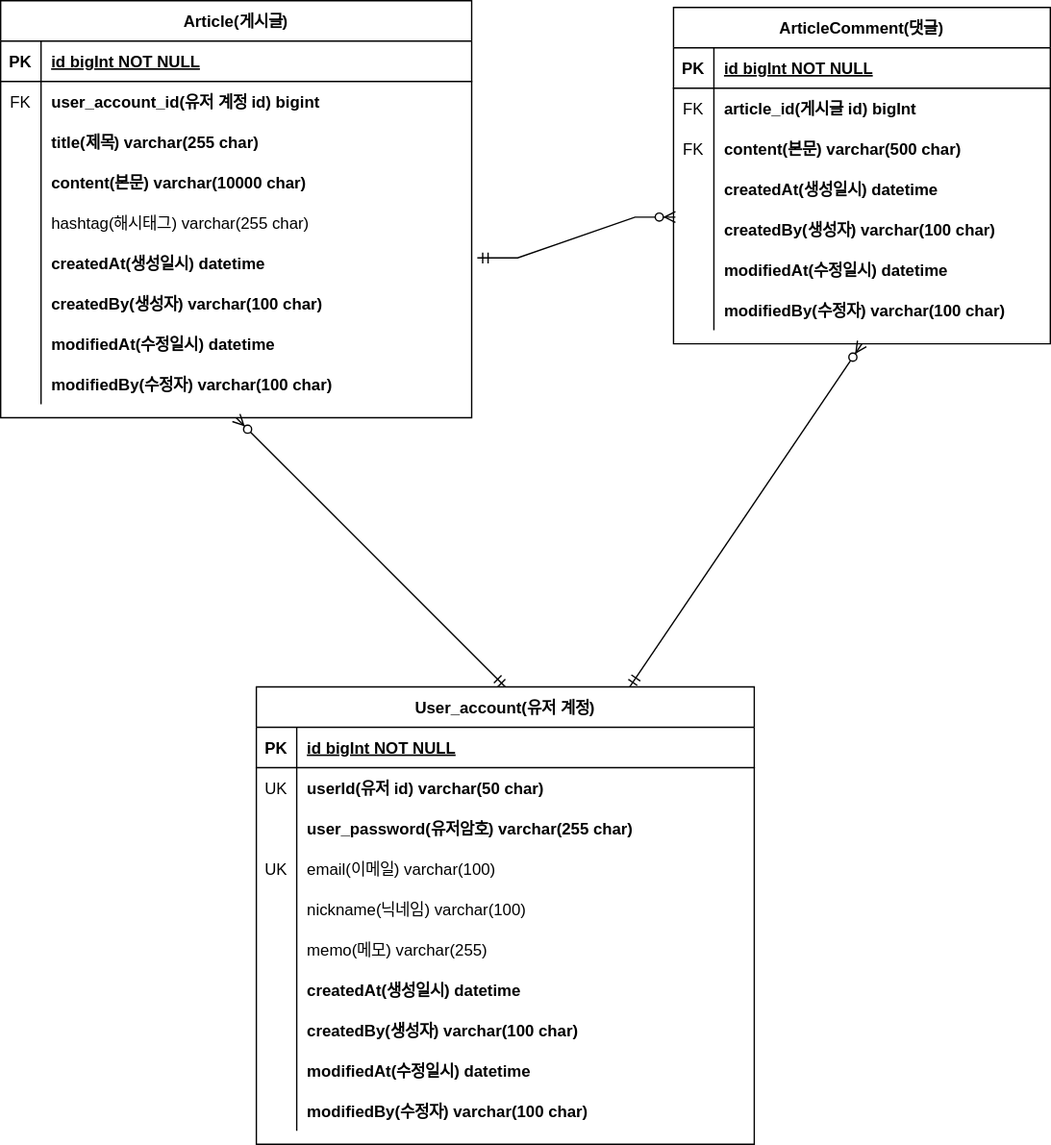
This is document/project-board-erd.svg from SeungHeeNoh/fastcampus-project-board, a draw.io export, as it was before one commit. Source tidied: cells renumbered, new cells last; positions are measured from the earlier drawing's top-left corner, leaving out a move shared by most shapes.
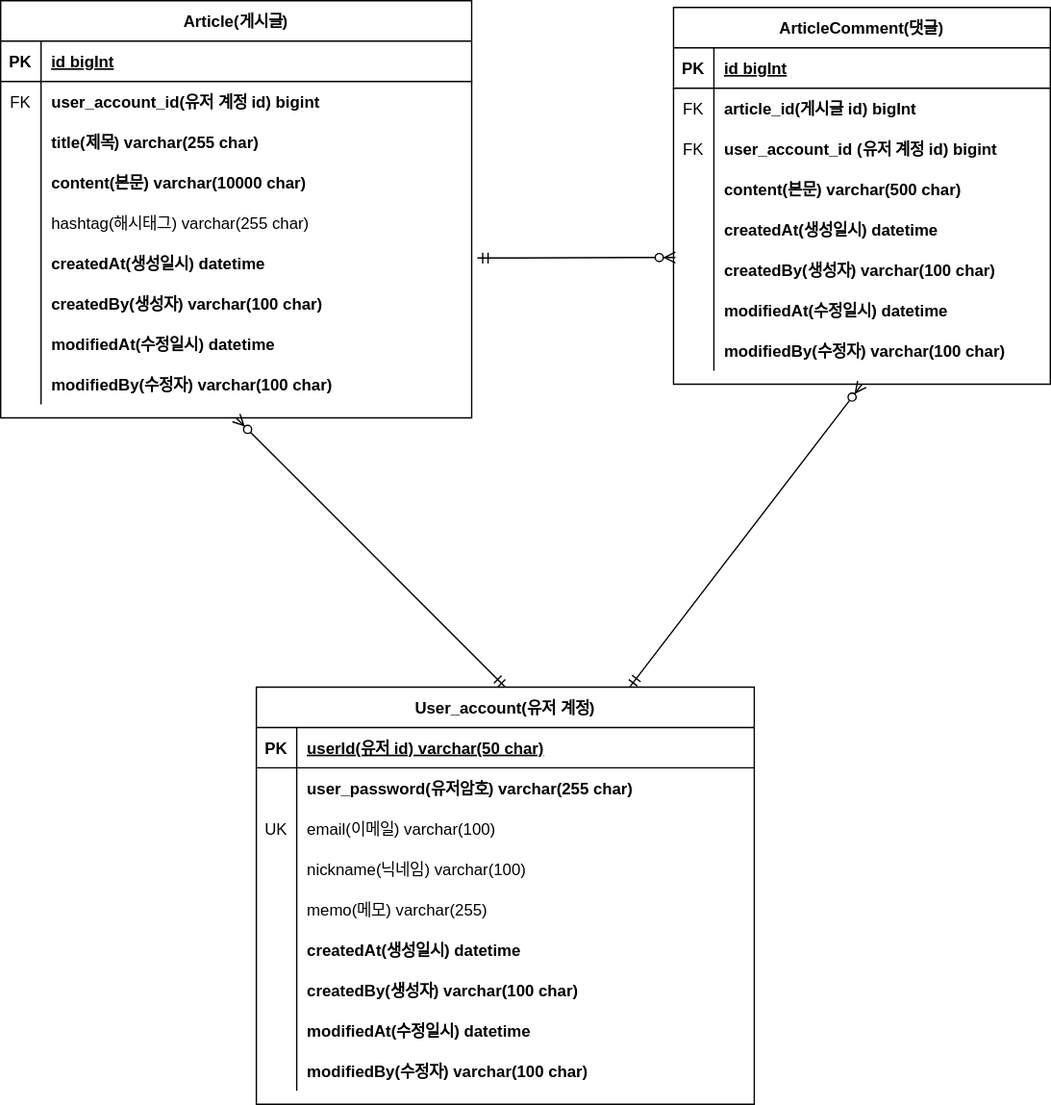
After the change.

Commit message:
#36 - ERD 문서 수정: 회원 계정 user_id 를 PK 로 변경 회원 계정 기존 `id` 를 삭제하고 `user_id`를 pk로 변경하는 그림 적용

The edit, as a diff of the source:
```diff
@@ -3,7 +3,7 @@
     <mxCell id="0" />
     <mxCell id="1" parent="0" />
     <mxCell id="2" value="ArticleComment(댓글)" style="shape=table;startSize=30;rowLines=0;fontStyle=1;align=center;" parent="1" vertex="1">
-      <mxGeometry x="500" y="5" width="280" height="250" as="geometry" />
+      <mxGeometry x="500" y="5" width="280" height="280" as="geometry" />
     </mxCell>
     <mxCell id="3" style="shape=partialRectangle;fillColor=none;top=0;left=0;right=0;bottom=1;" parent="2" vertex="1">
       <mxGeometry y="30" width="280" height="30" as="geometry" />
@@ -11,7 +11,7 @@
     <mxCell id="4" value="PK" style="shape=partialRectangle;overflow=hidden;fillColor=none;top=0;left=0;bottom=0;right=0;fontStyle=1;" parent="3" vertex="1">
       <mxGeometry width="30" height="30" as="geometry" />
     </mxCell>
-    <mxCell id="5" value="id bigInt NOT NULL " style="shape=partialRectangle;overflow=hidden;fillColor=none;top=0;left=0;bottom=0;right=0;align=left;spacingLeft=6;fontStyle=5;" parent="3" vertex="1">
+    <mxCell id="5" value="id bigInt" style="shape=partialRectangle;overflow=hidden;fillColor=none;top=0;left=0;bottom=0;right=0;align=left;spacingLeft=6;fontStyle=5;" parent="3" vertex="1">
       <mxGeometry x="30" width="250" height="30" as="geometry" />
     </mxCell>
     <mxCell id="6" style="shape=partialRectangle;fillColor=none;top=0;left=0;right=0;bottom=0;" parent="2" vertex="1">
@@ -29,11 +29,20 @@
     <mxCell id="10" value="FK" style="shape=partialRectangle;overflow=hidden;fillColor=none;top=0;left=0;bottom=0;right=0;" parent="9" vertex="1">
       <mxGeometry width="30" height="30" as="geometry" />
     </mxCell>
-    <mxCell id="11" value="content(본문) varchar(500 char)" style="shape=partialRectangle;overflow=hidden;fillColor=none;top=0;left=0;bottom=0;right=0;align=left;spacingLeft=6;fontStyle=1;" parent="9" vertex="1">
+    <mxCell id="11" value="user_account_id (유저 계정 id) bigint" style="shape=partialRectangle;overflow=hidden;fillColor=none;top=0;left=0;bottom=0;right=0;align=left;spacingLeft=6;fontStyle=1;" parent="9" vertex="1">
       <mxGeometry x="30" width="250" height="30" as="geometry" />
     </mxCell>
+    <mxCell id="86" style="shape=partialRectangle;fillColor=none;top=0;left=0;right=0;bottom=0;" parent="2" vertex="1">
+      <mxGeometry y="120" width="280" height="30" as="geometry" />
+    </mxCell>
+    <mxCell id="87" style="shape=partialRectangle;overflow=hidden;fillColor=none;top=0;left=0;bottom=0;right=0;" parent="86" vertex="1">
+      <mxGeometry width="30" height="30" as="geometry" />
+    </mxCell>
+    <mxCell id="88" value="content(본문) varchar(500 char)" style="shape=partialRectangle;overflow=hidden;fillColor=none;top=0;left=0;bottom=0;right=0;align=left;spacingLeft=6;fontStyle=1;" parent="86" vertex="1">
+      <mxGeometry x="30" width="250" height="30" as="geometry" />
+    </mxCell>
     <mxCell id="12" style="shape=partialRectangle;fillColor=none;top=0;left=0;right=0;bottom=0;" parent="2" vertex="1">
-      <mxGeometry y="120" width="280" height="30" as="geometry" />
+      <mxGeometry y="150" width="280" height="30" as="geometry" />
     </mxCell>
     <mxCell id="13" style="shape=partialRectangle;overflow=hidden;fillColor=none;top=0;left=0;bottom=0;right=0;" parent="12" vertex="1">
       <mxGeometry width="30" height="30" as="geometry" />
@@ -42,7 +51,7 @@
       <mxGeometry x="30" width="250" height="30" as="geometry" />
     </mxCell>
     <mxCell id="15" style="shape=partialRectangle;fillColor=none;points=[[0,0.5],[1,0.5]];portConstraint=eastwest;top=0;left=0;right=0;bottom=0;" parent="2" vertex="1">
-      <mxGeometry y="150" width="280" height="30" as="geometry" />
+      <mxGeometry y="180" width="280" height="30" as="geometry" />
     </mxCell>
     <mxCell id="16" style="shape=partialRectangle;overflow=hidden;fillColor=none;top=0;left=0;bottom=0;right=0;" parent="15" vertex="1">
       <mxGeometry width="30" height="30" as="geometry" />
@@ -51,7 +60,7 @@
       <mxGeometry x="30" width="250" height="30" as="geometry" />
     </mxCell>
     <mxCell id="18" style="shape=partialRectangle;fillColor=none;top=0;left=0;right=0;bottom=0;" parent="2" vertex="1">
-      <mxGeometry y="180" width="280" height="30" as="geometry" />
+      <mxGeometry y="210" width="280" height="30" as="geometry" />
     </mxCell>
     <mxCell id="19" style="shape=partialRectangle;overflow=hidden;fillColor=none;top=0;left=0;bottom=0;right=0;" parent="18" vertex="1">
       <mxGeometry width="30" height="30" as="geometry" />
@@ -60,7 +69,7 @@
       <mxGeometry x="30" width="250" height="30" as="geometry" />
     </mxCell>
     <mxCell id="21" style="shape=partialRectangle;fillColor=none;top=0;left=0;right=0;bottom=0;" parent="2" vertex="1">
-      <mxGeometry y="210" width="280" height="30" as="geometry" />
+      <mxGeometry y="240" width="280" height="30" as="geometry" />
     </mxCell>
     <mxCell id="22" style="shape=partialRectangle;overflow=hidden;fillColor=none;top=0;left=0;bottom=0;right=0;" parent="21" vertex="1">
       <mxGeometry width="30" height="30" as="geometry" />
@@ -77,7 +86,7 @@
     <mxCell id="26" value="PK" style="shape=partialRectangle;overflow=hidden;fillColor=none;top=0;left=0;bottom=0;right=0;fontStyle=1;" parent="25" vertex="1">
       <mxGeometry width="30" height="30" as="geometry" />
     </mxCell>
-    <mxCell id="27" value="id bigInt NOT NULL " style="shape=partialRectangle;overflow=hidden;fillColor=none;top=0;left=0;bottom=0;right=0;align=left;spacingLeft=6;fontStyle=5;" parent="25" vertex="1">
+    <mxCell id="27" value="id bigInt" style="shape=partialRectangle;overflow=hidden;fillColor=none;top=0;left=0;bottom=0;right=0;align=left;spacingLeft=6;fontStyle=5;" parent="25" vertex="1">
       <mxGeometry x="30" width="320" height="30" as="geometry" />
     </mxCell>
     <mxCell id="28" style="shape=partialRectangle;fillColor=none;top=0;left=0;right=0;bottom=0;" parent="24" vertex="1">
@@ -156,7 +165,7 @@
       <mxGeometry relative="1" as="geometry" />
     </mxCell>
     <mxCell id="53" value="User_account(유저 계정)" style="shape=table;startSize=30;rowLines=0;fontStyle=1;align=center;" parent="1" vertex="1">
-      <mxGeometry x="190" y="510" width="370" height="340" as="geometry" />
+      <mxGeometry x="190" y="510" width="370" height="310" as="geometry" />
     </mxCell>
     <mxCell id="54" style="shape=partialRectangle;fillColor=none;top=0;left=0;right=0;bottom=1;" parent="53" vertex="1">
       <mxGeometry y="30" width="370" height="30" as="geometry" />
@@ -164,20 +173,11 @@
     <mxCell id="55" value="PK" style="shape=partialRectangle;overflow=hidden;fillColor=none;top=0;left=0;bottom=0;right=0;fontStyle=1;" parent="54" vertex="1">
       <mxGeometry width="30" height="30" as="geometry" />
     </mxCell>
-    <mxCell id="56" value="id bigInt NOT NULL " style="shape=partialRectangle;overflow=hidden;fillColor=none;top=0;left=0;bottom=0;right=0;align=left;spacingLeft=6;fontStyle=5;" parent="54" vertex="1">
+    <mxCell id="56" value="userId(유저 id) varchar(50 char)" style="shape=partialRectangle;overflow=hidden;fillColor=none;top=0;left=0;bottom=0;right=0;align=left;spacingLeft=6;fontStyle=5;" parent="54" vertex="1">
       <mxGeometry x="30" width="340" height="30" as="geometry" />
     </mxCell>
-    <mxCell id="57" style="shape=partialRectangle;fillColor=none;top=0;left=0;right=0;bottom=0;" parent="53" vertex="1">
-      <mxGeometry y="60" width="370" height="30" as="geometry" />
-    </mxCell>
-    <mxCell id="58" value="UK" style="shape=partialRectangle;overflow=hidden;fillColor=none;top=0;left=0;bottom=0;right=0;" parent="57" vertex="1">
-      <mxGeometry width="30" height="30" as="geometry" />
-    </mxCell>
-    <mxCell id="59" value="userId(유저 id) varchar(50 char)" style="shape=partialRectangle;overflow=hidden;fillColor=none;top=0;left=0;bottom=0;right=0;align=left;spacingLeft=6;fontStyle=1;" parent="57" vertex="1">
-      <mxGeometry x="30" width="340" height="30" as="geometry" />
-    </mxCell>
     <mxCell id="60" style="shape=partialRectangle;fillColor=none;top=0;left=0;right=0;bottom=0;" parent="53" vertex="1">
-      <mxGeometry y="90" width="370" height="30" as="geometry" />
+      <mxGeometry y="60" width="370" height="30" as="geometry" />
     </mxCell>
     <mxCell id="61" style="shape=partialRectangle;overflow=hidden;fillColor=none;top=0;left=0;bottom=0;right=0;" parent="60" vertex="1">
       <mxGeometry width="30" height="30" as="geometry" />
@@ -186,7 +186,7 @@
       <mxGeometry x="30" width="340" height="30" as="geometry" />
     </mxCell>
     <mxCell id="63" style="shape=partialRectangle;fillColor=none;top=0;left=0;right=0;bottom=0;" parent="53" vertex="1">
-      <mxGeometry y="120" width="370" height="30" as="geometry" />
+      <mxGeometry y="90" width="370" height="30" as="geometry" />
     </mxCell>
     <mxCell id="64" value="UK" style="shape=partialRectangle;overflow=hidden;fillColor=none;top=0;left=0;bottom=0;right=0;" parent="63" vertex="1">
       <mxGeometry width="30" height="30" as="geometry" />
@@ -195,7 +195,7 @@
       <mxGeometry x="30" width="340" height="30" as="geometry" />
     </mxCell>
     <mxCell id="66" style="shape=partialRectangle;fillColor=none;top=0;left=0;right=0;bottom=0;" parent="53" vertex="1">
-      <mxGeometry y="150" width="370" height="30" as="geometry" />
+      <mxGeometry y="120" width="370" height="30" as="geometry" />
     </mxCell>
     <mxCell id="67" style="shape=partialRectangle;overflow=hidden;fillColor=none;top=0;left=0;bottom=0;right=0;" parent="66" vertex="1">
       <mxGeometry width="30" height="30" as="geometry" />
@@ -204,7 +204,7 @@
       <mxGeometry x="30" width="340" height="30" as="geometry" />
     </mxCell>
     <mxCell id="69" style="shape=partialRectangle;fillColor=none;top=0;left=0;right=0;bottom=0;" parent="53" vertex="1">
-      <mxGeometry y="180" width="370" height="30" as="geometry" />
+      <mxGeometry y="150" width="370" height="30" as="geometry" />
     </mxCell>
     <mxCell id="70" style="shape=partialRectangle;overflow=hidden;fillColor=none;top=0;left=0;bottom=0;right=0;" parent="69" vertex="1">
       <mxGeometry width="30" height="30" as="geometry" />
@@ -213,7 +213,7 @@
       <mxGeometry x="30" width="340" height="30" as="geometry" />
     </mxCell>
     <mxCell id="72" style="shape=partialRectangle;fillColor=none;top=0;left=0;right=0;bottom=0;" parent="53" vertex="1">
-      <mxGeometry y="210" width="370" height="30" as="geometry" />
+      <mxGeometry y="180" width="370" height="30" as="geometry" />
     </mxCell>
     <mxCell id="73" style="shape=partialRectangle;overflow=hidden;fillColor=none;top=0;left=0;bottom=0;right=0;" parent="72" vertex="1">
       <mxGeometry width="30" height="30" as="geometry" />
@@ -222,7 +222,7 @@
       <mxGeometry x="30" width="340" height="30" as="geometry" />
     </mxCell>
     <mxCell id="75" style="shape=partialRectangle;fillColor=none;top=0;left=0;right=0;bottom=0;" parent="53" vertex="1">
-      <mxGeometry y="240" width="370" height="30" as="geometry" />
+      <mxGeometry y="210" width="370" height="30" as="geometry" />
     </mxCell>
     <mxCell id="76" style="shape=partialRectangle;overflow=hidden;fillColor=none;top=0;left=0;bottom=0;right=0;" parent="75" vertex="1">
       <mxGeometry width="30" height="30" as="geometry" />
@@ -231,7 +231,7 @@
       <mxGeometry x="30" width="340" height="30" as="geometry" />
     </mxCell>
     <mxCell id="78" style="shape=partialRectangle;fillColor=none;top=0;left=0;right=0;bottom=0;" parent="53" vertex="1">
-      <mxGeometry y="270" width="370" height="30" as="geometry" />
+      <mxGeometry y="240" width="370" height="30" as="geometry" />
     </mxCell>
     <mxCell id="79" style="shape=partialRectangle;overflow=hidden;fillColor=none;top=0;left=0;bottom=0;right=0;" parent="78" vertex="1">
       <mxGeometry width="30" height="30" as="geometry" />
@@ -240,7 +240,7 @@
       <mxGeometry x="30" width="340" height="30" as="geometry" />
     </mxCell>
     <mxCell id="81" style="shape=partialRectangle;fillColor=none;top=0;left=0;right=0;bottom=0;" parent="53" vertex="1">
-      <mxGeometry y="300" width="370" height="30" as="geometry" />
+      <mxGeometry y="270" width="370" height="30" as="geometry" />
     </mxCell>
     <mxCell id="82" style="shape=partialRectangle;overflow=hidden;fillColor=none;top=0;left=0;bottom=0;right=0;" parent="81" vertex="1">
       <mxGeometry width="30" height="30" as="geometry" />
```
